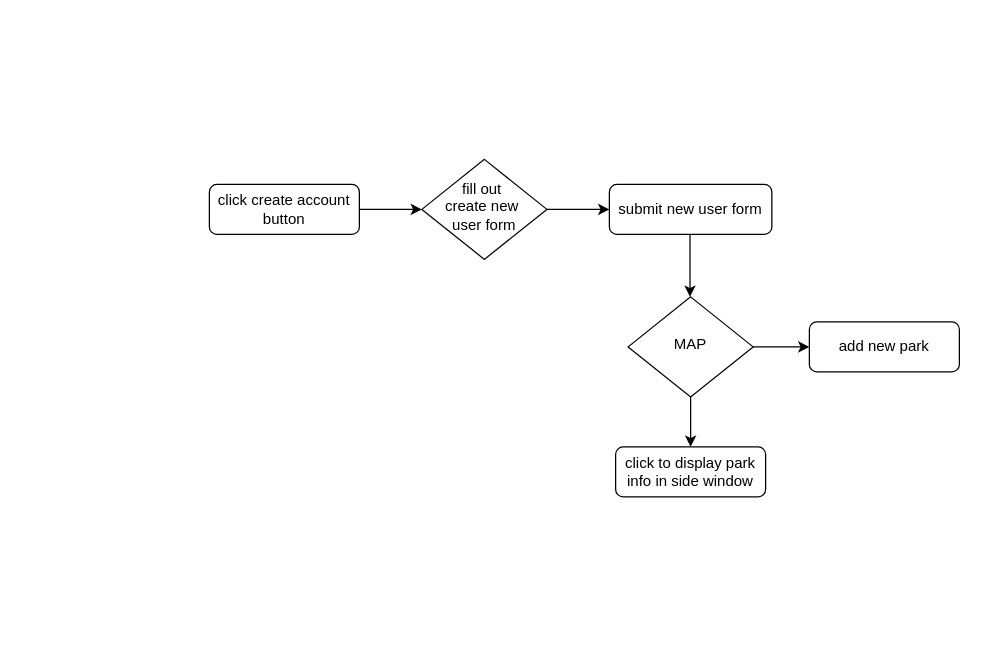
Before: bmxparksorg-flowchart.drawio in forrestmorrison/bmxparksorg, a draw.io diagram. Source tidied: cells renumbered, new cells numbered last; positions are measured from the earlier drawing's top-left corner, leaving out a move shared by most shapes. Both pictures are drawn from the tidied source at 125%, with x=0, y=0 at pixel (209, 159).
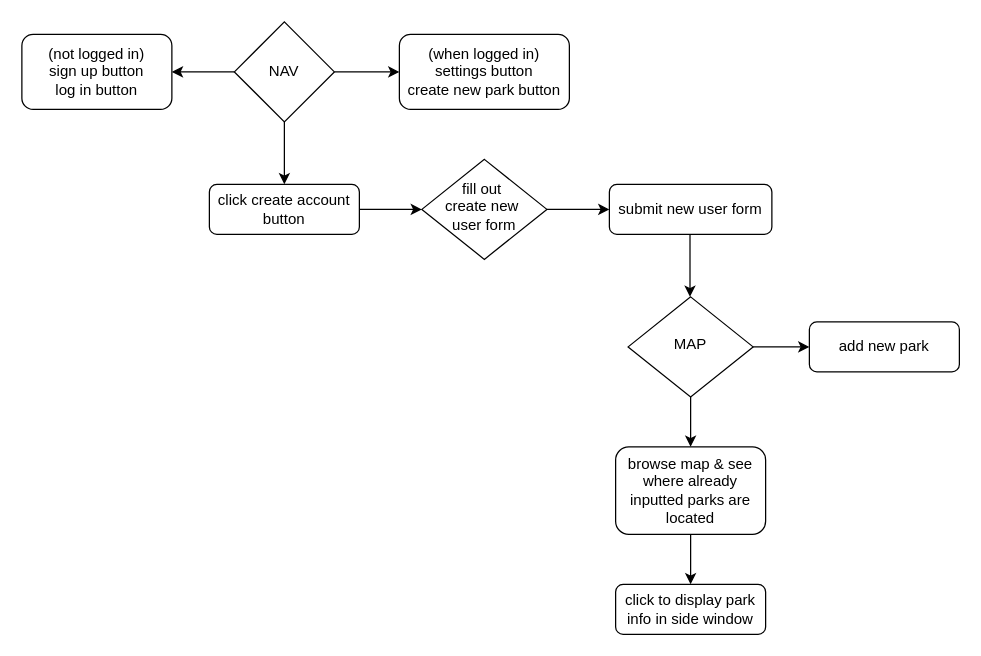
Above is the later version.

Commit message:
added items to flow chart

The change refers to these unchanged cells:
```xml
<mxCell id="2" value="click create account&lt;br&gt;button" style="rounded=1;whiteSpace=wrap;html=1;fontSize=12;glass=0;strokeWidth=1;shadow=0;" parent="1" vertex="1">
  <mxGeometry y="20" width="120" height="40" as="geometry" />
</mxCell>
<mxCell id="5" value="MAP" style="rhombus;whiteSpace=wrap;html=1;shadow=0;fontFamily=Helvetica;fontSize=12;align=center;strokeWidth=1;spacing=6;spacingTop=-4;" parent="1" vertex="1">
  <mxGeometry x="335" y="110" width="100" height="80" as="geometry" />
</mxCell>
```

The edit, as a diff of the source:
```diff
@@
     <mxCell id="6" value="click to display park info in side window" style="rounded=1;whiteSpace=wrap;html=1;fontSize=12;glass=0;strokeWidth=1;shadow=0;" parent="1" vertex="1">
-      <mxGeometry x="325" y="230" width="120" height="40" as="geometry" />
+      <mxGeometry x="325" y="340" width="120" height="40" as="geometry" />
     </mxCell>
@@
-    <mxCell id="10" style="endArrow=classic;html=1;rounded=0;exitX=0.5;exitY=1;exitDx=0;exitDy=0;entryX=0.5;entryY=0;entryDx=0;entryDy=0;" parent="1" edge="1" source="5" target="6">
-      <mxGeometry relative="1" as="geometry" />
-    </mxCell>
@@
+    <mxCell id="13" value="browse map &amp;amp; see where already inputted parks are located" style="rounded=1;whiteSpace=wrap;html=1;" parent="1" vertex="1">
+      <mxGeometry x="325" y="230" width="120" height="70" as="geometry" />
+    </mxCell>
+    <mxCell id="14" style="endArrow=classic;html=1;rounded=0;exitX=0.5;exitY=1;exitDx=0;exitDy=0;entryX=0.5;entryY=0;entryDx=0;entryDy=0;" parent="1" edge="1" source="5" target="13">
+      <mxGeometry relative="1" as="geometry" />
+    </mxCell>
+    <mxCell id="15" style="endArrow=classic;html=1;rounded=0;exitX=0.5;exitY=1;exitDx=0;exitDy=0;entryX=0.5;entryY=0;entryDx=0;entryDy=0;" parent="1" edge="1" source="13" target="6">
+      <mxGeometry relative="1" as="geometry" />
+    </mxCell>
+    <mxCell id="16" value="NAV" style="rhombus;whiteSpace=wrap;html=1;" parent="1" vertex="1">
+      <mxGeometry x="20" y="-110" width="80" height="80" as="geometry" />
+    </mxCell>
+    <mxCell id="17" style="endArrow=classic;html=1;rounded=0;entryX=0.5;entryY=0;entryDx=0;entryDy=0;exitX=0.5;exitY=1;exitDx=0;exitDy=0;" parent="1" edge="1" source="16" target="2">
+      <mxGeometry relative="1" as="geometry" />
+    </mxCell>
+    <mxCell id="18" style="endArrow=classic;html=1;rounded=0;" parent="1" edge="1" target="19">
+      <mxGeometry relative="1" as="geometry">
+        <mxPoint x="100" y="-70" as="sourcePoint" />
+      </mxGeometry>
+    </mxCell>
+    <mxCell id="19" value="(when logged in)&lt;br&gt;settings button&lt;br&gt;create new park button" style="rounded=1;whiteSpace=wrap;html=1;" parent="1" vertex="1">
+      <mxGeometry x="152" y="-100" width="136" height="60" as="geometry" />
+    </mxCell>
+    <mxCell id="20" value="(not logged in)&lt;br&gt;sign up button&lt;br&gt;log in button" style="rounded=1;whiteSpace=wrap;html=1;" parent="1" vertex="1">
+      <mxGeometry x="-150" y="-100" width="120" height="60" as="geometry" />
+    </mxCell>
+    <mxCell id="21" style="endArrow=classic;html=1;rounded=0;entryX=1;entryY=0.5;entryDx=0;entryDy=0;exitX=0;exitY=0.5;exitDx=0;exitDy=0;" parent="1" edge="1" source="16" target="20">
+      <mxGeometry relative="1" as="geometry" />
+    </mxCell>
```
